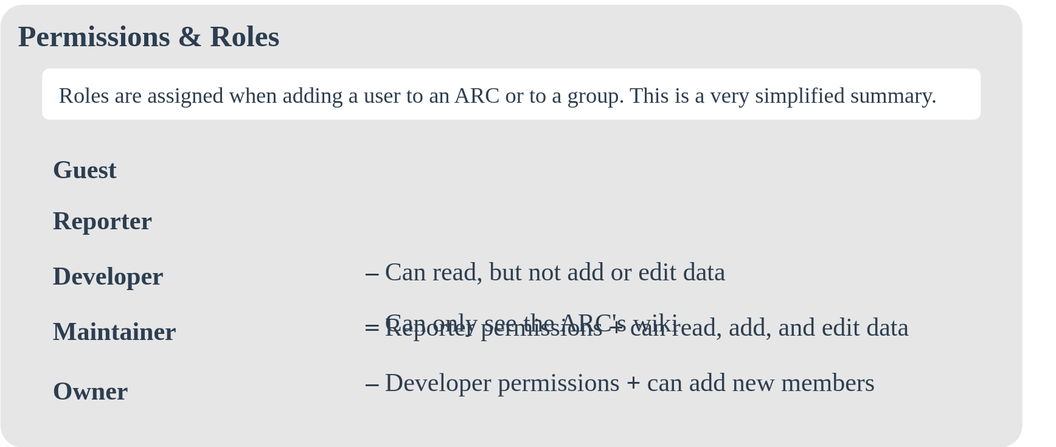
This is public/images-tm/arc-sharing-permissionsroles.drawio.svg from nfdi4plants/training-material, a draw.io export, as it was before one commit. Source tidied: cells renumbered, new cells last; positions are measured from the earlier drawing's top-left corner, leaving out a move shared by most shapes.
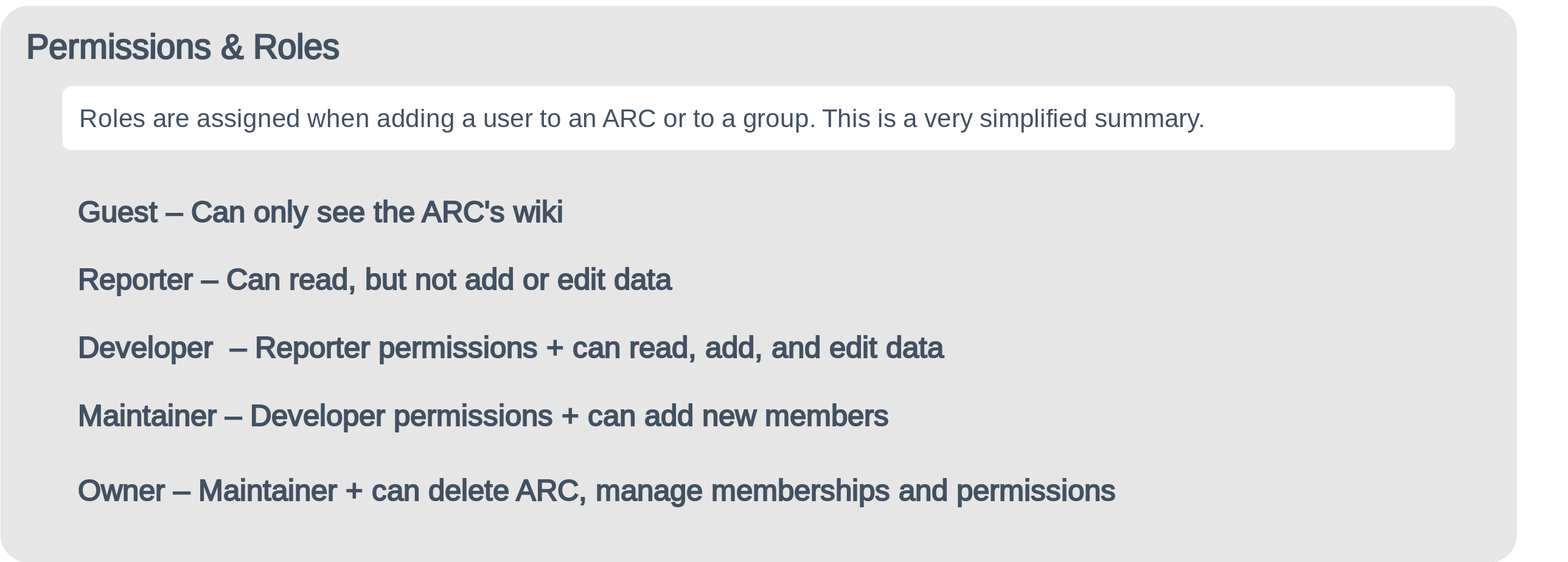
Later version of the same file.

Diff of the diagram source:
```diff
@@ -2,29 +2,29 @@
   <root>
     <mxCell id="0" />
     <mxCell id="1" parent="0" />
-    <mxCell id="2" value="&lt;b&gt;&lt;br&gt;&lt;/b&gt;" style="rounded=1;whiteSpace=wrap;html=1;strokeColor=none;arcSize=5;strokeWidth=2;fillColor=#E6E6E6;fontSize=30;fontFamily=Gulim;align=left;verticalAlign=top;spacingTop=0;spacing=20;" parent="1" vertex="1">
-      <mxGeometry y="5" width="1200" height="520" as="geometry" />
+    <mxCell id="2" style="rounded=1;whiteSpace=wrap;strokeColor=none;arcSize=5;strokeWidth=2;fillColor=#E6E6E6;fontSize=30;fontFamily=Gulim;align=left;verticalAlign=top;spacingTop=0;spacing=20;fontColor=#425162;fontSource=https%3A%2F%2Ffonts.googleapis.com%2Fcss%3Ffamily%3DGulim;" parent="1" vertex="1">
+      <mxGeometry y="-128.7" width="1780.6" height="653.7" as="geometry" />
     </mxCell>
-    <mxCell id="3" value="&lt;b style=&quot;border-color: var(--border-color); color: rgb(0, 0, 0); font-style: normal; font-variant-ligatures: normal; font-variant-caps: normal; letter-spacing: normal; orphans: 2; text-align: left; text-indent: 0px; text-transform: none; widows: 2; word-spacing: 0px; -webkit-text-stroke-width: 0px; text-decoration-thickness: initial; text-decoration-style: initial; text-decoration-color: initial;&quot;&gt;&lt;font color=&quot;#2d3e50&quot; style=&quot;border-color: var(--border-color);&quot;&gt;&lt;font style=&quot;font-size: 35px;&quot;&gt;Permissions &amp;amp; Roles&lt;/font&gt;&lt;br style=&quot;border-color: var(--border-color);&quot;&gt;&lt;/font&gt;&lt;/b&gt;" style="text;whiteSpace=wrap;html=1;fontSize=50;fontFamily=Gulim;fontColor=#2D3E50;fillColor=none;" parent="1" vertex="1">
-      <mxGeometry x="19" width="351" height="80" as="geometry" />
+    <mxCell id="3" value="Permissions &amp; Roles" style="text;fontSize=40;fontFamily=Gulim;fontColor=#425162;fillColor=none;fontStyle=1;fontSource=https%3A%2F%2Ffonts.googleapis.com%2Fcss%3Ffamily%3DGulim;verticalAlign=middle;" parent="1" vertex="1">
+      <mxGeometry x="28.2" y="-135" width="520.8" height="100.6" as="geometry" />
     </mxCell>
-    <mxCell id="4" value="&lt;span style=&quot;border-color: var(--border-color); font-size: 30px; font-style: normal; font-variant-ligatures: normal; font-variant-caps: normal; letter-spacing: normal; orphans: 2; text-align: left; text-indent: 0px; text-transform: none; widows: 2; word-spacing: 0px; -webkit-text-stroke-width: 0px; text-decoration-thickness: initial; text-decoration-style: initial; text-decoration-color: initial;&quot;&gt;&lt;font color=&quot;#2d3e50&quot; style=&quot;border-color: var(--border-color);&quot;&gt;&lt;b style=&quot;&quot;&gt;Reporter &lt;span style=&quot;white-space: pre;&quot;&gt;&#9;&lt;/span&gt;– &lt;/b&gt;Can read, but not add or edit data&lt;br style=&quot;border-color: var(--border-color);&quot;&gt;&lt;/font&gt;&lt;/span&gt;" style="text;whiteSpace=wrap;html=1;fontSize=50;fontFamily=Gulim;fontColor=#2D3E50;fillColor=none;" parent="1" vertex="1">
-      <mxGeometry x="60" y="214.5" width="820.4" height="80" as="geometry" />
+    <mxCell id="4" value="Reporter &#9;– Can read, but not add or edit data" style="text;fontSize=35;fontFamily=Gulim;fontColor=#425162;fillColor=none;fontSource=https%3A%2F%2Ffonts.googleapis.com%2Fcss%3Ffamily%3DGulim;verticalAlign=middle;fontStyle=1;" parent="1" vertex="1">
+      <mxGeometry x="89" y="139" width="1217.4" height="100.6" as="geometry" />
     </mxCell>
-    <mxCell id="5" value="&lt;span style=&quot;border-color: var(--border-color); color: rgb(0, 0, 0); font-size: 30px; font-style: normal; font-variant-ligatures: normal; font-variant-caps: normal; letter-spacing: normal; orphans: 2; text-align: left; text-indent: 0px; text-transform: none; widows: 2; word-spacing: 0px; -webkit-text-stroke-width: 0px; text-decoration-thickness: initial; text-decoration-style: initial; text-decoration-color: initial;&quot;&gt;&lt;font color=&quot;#2d3e50&quot; style=&quot;border-color: var(--border-color);&quot;&gt;&lt;b&gt;Developer&amp;nbsp;&lt;span style=&quot;white-space: pre;&quot;&gt;&#9;&lt;/span&gt;–&lt;/b&gt;&amp;nbsp;Reporter permissions &lt;b&gt;+&lt;/b&gt;&amp;nbsp;can read, add, and edit data&lt;br style=&quot;border-color: var(--border-color);&quot;&gt;&lt;/font&gt;&lt;/span&gt;" style="text;whiteSpace=wrap;html=1;fontSize=50;fontFamily=Gulim;fontColor=#2D3E50;fillColor=none;" parent="1" vertex="1">
-      <mxGeometry x="60" y="280.5" width="1050" height="80" as="geometry" />
+    <mxCell id="5" value="Developer &#9;– Reporter permissions + can read, add, and edit data" style="text;fontSize=35;fontFamily=Gulim;fontColor=#425162;fillColor=none;fontSource=https%3A%2F%2Ffonts.googleapis.com%2Fcss%3Ffamily%3DGulim;verticalAlign=middle;fontStyle=1;" parent="1" vertex="1">
+      <mxGeometry x="89" y="219" width="1558.1" height="100.6" as="geometry" />
     </mxCell>
-    <mxCell id="6" value="&lt;font color=&quot;#2d3e50&quot;&gt;&lt;span style=&quot;font-size: 26px;&quot;&gt;Roles are assigned when adding a user to an ARC or to a group. This is a very simplified summary.&lt;/span&gt;&lt;/font&gt;" style="rounded=1;whiteSpace=wrap;html=1;strokeColor=none;arcSize=14;strokeWidth=2;fillColor=#FFFFFF;fontSize=30;fontFamily=Gulim;align=left;verticalAlign=middle;spacingTop=0;spacing=20;" parent="1" vertex="1">
-      <mxGeometry x="49" y="80" width="1102" height="60" as="geometry" />
+    <mxCell id="6" value="Roles are assigned when adding a user to an ARC or to a group. This is a very simplified summary." style="rounded=1;whiteSpace=wrap;strokeColor=none;arcSize=14;strokeWidth=2;fillColor=#FFFFFF;fontSize=30;fontFamily=Gulim;align=left;verticalAlign=middle;spacingTop=0;spacing=20;fontColor=#425162;fontSource=https%3A%2F%2Ffonts.googleapis.com%2Fcss%3Ffamily%3DGulim;" parent="1" vertex="1">
+      <mxGeometry x="72.7" y="-34.4" width="1635.3" height="75.4" as="geometry" />
     </mxCell>
-    <mxCell id="7" value="&lt;span style=&quot;border-color: var(--border-color); font-size: 30px; font-style: normal; font-variant-ligatures: normal; font-variant-caps: normal; letter-spacing: normal; orphans: 2; text-align: left; text-indent: 0px; text-transform: none; widows: 2; word-spacing: 0px; -webkit-text-stroke-width: 0px; text-decoration-thickness: initial; text-decoration-style: initial; text-decoration-color: initial;&quot;&gt;&lt;font color=&quot;#2d3e50&quot; style=&quot;border-color: var(--border-color);&quot;&gt;&lt;b style=&quot;&quot;&gt;Guest &lt;span style=&quot;white-space: pre;&quot;&gt;&#9;&lt;span style=&quot;white-space: pre;&quot;&gt;&#9;&lt;/span&gt;&lt;/span&gt;–&lt;/b&gt;&amp;nbsp;Can only see the ARC's wiki&lt;br style=&quot;border-color: var(--border-color);&quot;&gt;&lt;/font&gt;&lt;/span&gt;" style="text;whiteSpace=wrap;html=1;fontSize=50;fontFamily=Gulim;fontColor=#2D3E50;fillColor=none;" parent="1" vertex="1">
-      <mxGeometry x="60" y="155" width="1039.6" height="80" as="geometry" />
+    <mxCell id="7" value="Guest &#9;&#9;– Can only see the ARC's wiki" style="text;fontSize=35;fontFamily=Gulim;fontColor=#425162;fillColor=none;fontSource=https%3A%2F%2Ffonts.googleapis.com%2Fcss%3Ffamily%3DGulim;verticalAlign=middle;fontStyle=1;" parent="1" vertex="1">
+      <mxGeometry x="89" y="59.8" width="1542.6" height="100.6" as="geometry" />
     </mxCell>
-    <mxCell id="8" value="&lt;span style=&quot;border-color: var(--border-color); color: rgb(0, 0, 0); font-size: 30px; font-style: normal; font-variant-ligatures: normal; font-variant-caps: normal; letter-spacing: normal; orphans: 2; text-align: left; text-indent: 0px; text-transform: none; widows: 2; word-spacing: 0px; -webkit-text-stroke-width: 0px; text-decoration-thickness: initial; text-decoration-style: initial; text-decoration-color: initial;&quot;&gt;&lt;font color=&quot;#2d3e50&quot; style=&quot;border-color: var(--border-color);&quot;&gt;&lt;b&gt;Maintainer &lt;span style=&quot;white-space: pre;&quot;&gt;&#9;&lt;/span&gt;–&lt;/b&gt;&amp;nbsp;Developer permissions &lt;b&gt;+ &lt;/b&gt;can&amp;nbsp;add new members&lt;br style=&quot;border-color: var(--border-color);&quot;&gt;&lt;/font&gt;&lt;/span&gt;" style="text;whiteSpace=wrap;html=1;fontSize=50;fontFamily=Gulim;fontColor=#2D3E50;fillColor=none;" parent="1" vertex="1">
-      <mxGeometry x="60" y="345" width="1000" height="80" as="geometry" />
+    <mxCell id="8" value="Maintainer &#9;– Developer permissions + can add new members" style="text;fontSize=35;fontFamily=Gulim;fontColor=#425162;fillColor=none;fontSource=https%3A%2F%2Ffonts.googleapis.com%2Fcss%3Ffamily%3DGulim;verticalAlign=middle;fontStyle=1;" parent="1" vertex="1">
+      <mxGeometry x="89" y="298.7" width="1483.9" height="100.6" as="geometry" />
     </mxCell>
-    <mxCell id="9" value="&lt;span style=&quot;border-color: var(--border-color); color: rgb(0, 0, 0); font-size: 30px; font-style: normal; font-variant-ligatures: normal; font-variant-caps: normal; letter-spacing: normal; orphans: 2; text-align: left; text-indent: 0px; text-transform: none; widows: 2; word-spacing: 0px; -webkit-text-stroke-width: 0px; text-decoration-thickness: initial; text-decoration-style: initial; text-decoration-color: initial;&quot;&gt;&lt;font color=&quot;#2d3e50&quot; style=&quot;border-color: var(--border-color);&quot;&gt;&lt;b&gt;Owner &lt;span style=&quot;white-space: pre;&quot;&gt;&#9;&lt;/span&gt;&lt;span style=&quot;white-space: pre;&quot;&gt;&#9;&lt;/span&gt;–&lt;/b&gt;&amp;nbsp;Maintainer&amp;nbsp;&lt;b&gt;+&lt;/b&gt;&amp;nbsp;can delete ARC, manage memberships and permissions&lt;br style=&quot;border-color: var(--border-color);&quot;&gt;&lt;/font&gt;&lt;/span&gt;" style="text;whiteSpace=wrap;html=1;fontSize=50;fontFamily=Gulim;fontColor=#2D3E50;fillColor=none;" parent="1" vertex="1">
-      <mxGeometry x="60" y="415" width="1180" height="80" as="geometry" />
+    <mxCell id="9" value="Owner &#9;&#9;– Maintainer + can delete ARC, manage memberships and permissions" style="text;fontSize=35;fontFamily=Gulim;fontColor=#425162;fillColor=none;fontSource=https%3A%2F%2Ffonts.googleapis.com%2Fcss%3Ffamily%3DGulim;verticalAlign=middle;fontStyle=1;" parent="1" vertex="1">
+      <mxGeometry x="89" y="386.7" width="1751" height="100.6" as="geometry" />
     </mxCell>
   </root>
 </mxGraphModel>
```
